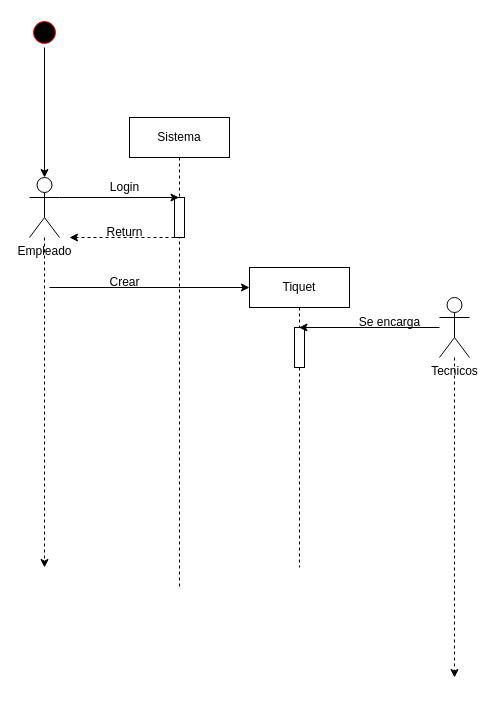
Before: Diagrama de secuencias.drawio in luquetoon/Ticketing_Alex_Sergi, a draw.io diagram. Source tidied: cells renumbered, new cells numbered last; positions are measured from the earlier drawing's top-left corner, leaving out a move shared by most shapes. Both pictures are drawn from the tidied source at 100%, with x=0, y=0 at pixel (29, 17).
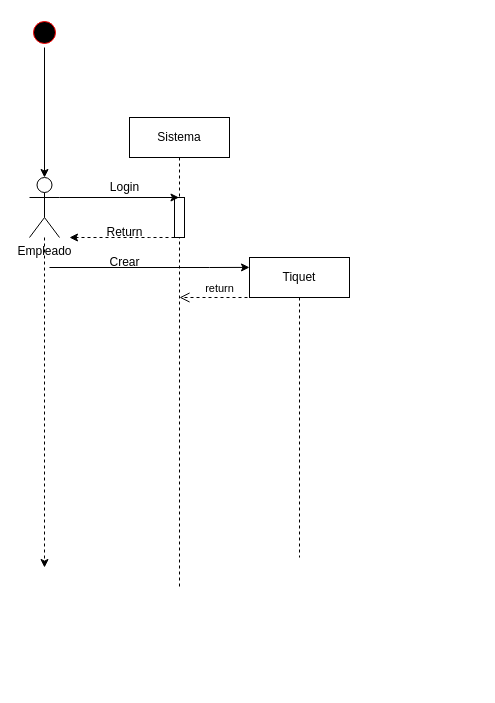
After the change.

Unchanged cells that the change refers to:
```xml
<mxCell id="6" value="Sistema" style="shape=umlLifeline;perimeter=lifelinePerimeter;whiteSpace=wrap;html=1;outlineConnect=0;" parent="1" vertex="1">
  <mxGeometry x="100" y="100" width="100" height="470" as="geometry" />
</mxCell>
```

Diff of the diagram source:
```diff
@@
+    <mxCell id="15" value="Crear" style="text;html=1;align=center;verticalAlign=middle;strokeColor=none;fillColor=none;" parent="6" vertex="1">
+      <mxGeometry x="-30" y="130" width="50" height="30" as="geometry" />
+    </mxCell>
@@
     <mxCell id="11" value="Tiquet" style="shape=umlLifeline;perimeter=lifelinePerimeter;whiteSpace=wrap;html=1;outlineConnect=0;" parent="1" vertex="1">
-      <mxGeometry x="220" y="250" width="100" height="300" as="geometry" />
+      <mxGeometry x="220" y="240" width="100" height="300" as="geometry" />
     </mxCell>
-    <mxCell id="12" style="html=1;perimeter=orthogonalPerimeter;" parent="11" vertex="1">
-      <mxGeometry x="45" y="60" width="10" height="40" as="geometry" />
-    </mxCell>
@@
-    <mxCell id="14" style="endArrow=classic;html=1;rounded=0;" parent="1" edge="1">
+    <mxCell id="14" style="endArrow=classic;html=1;rounded=0;entryX=0;entryY=0.033;entryDx=0;entryDy=0;entryPerimeter=0;" parent="1" edge="1" target="11">
       <mxGeometry relative="1" as="geometry">
-        <mxPoint x="20" y="270" as="sourcePoint" />
-        <mxPoint x="220" y="270" as="targetPoint" />
+        <mxPoint x="20" y="250" as="sourcePoint" />
+        <Array as="points">
+          <mxPoint x="180" y="250" />
+        </Array>
       </mxGeometry>
     </mxCell>
-    <mxCell id="15" value="Crear" style="text;html=1;align=center;verticalAlign=middle;strokeColor=none;fillColor=none;" parent="1" vertex="1">
-      <mxGeometry x="70" y="250" width="50" height="30" as="geometry" />
-    </mxCell>
-    <mxCell id="16" style="edgeStyle=orthogonalEdgeStyle;rounded=0;jettySize=auto;html=1;dashed=1;" parent="1" edge="1" source="18">
-      <mxGeometry relative="1" as="geometry">
-        <mxPoint x="425" y="660" as="targetPoint" />
-      </mxGeometry>
-    </mxCell>
-    <mxCell id="17" style="edgeStyle=orthogonalEdgeStyle;rounded=0;jettySize=auto;html=1;" parent="1" edge="1" source="18" target="11">
-      <mxGeometry relative="1" as="geometry">
-        <Array as="points">
-          <mxPoint x="310" y="310" />
-          <mxPoint x="310" y="310" />
-        </Array>
-      </mxGeometry>
-    </mxCell>
-    <mxCell id="18" value="Tecnicos" style="shape=umlActor;verticalLabelPosition=bottom;verticalAlign=top;html=1;" parent="1" vertex="1">
-      <mxGeometry x="410" y="280" width="30" height="60" as="geometry" />
-    </mxCell>
-    <mxCell id="19" value="Se encarga" style="text;html=1;align=center;verticalAlign=middle;strokeColor=none;fillColor=none;" parent="1" vertex="1">
-      <mxGeometry x="320" y="290" width="80" height="30" as="geometry" />
-    </mxCell>
+    <mxCell id="20" value="return" style="html=1;verticalAlign=bottom;endArrow=open;dashed=1;endSize=8;rounded=0;" parent="1" edge="1">
+      <mxGeometry relative="1" as="geometry">
+        <mxPoint x="230" y="280" as="sourcePoint" />
+        <mxPoint x="150" y="280" as="targetPoint" />
+      </mxGeometry>
+    </mxCell>
```
